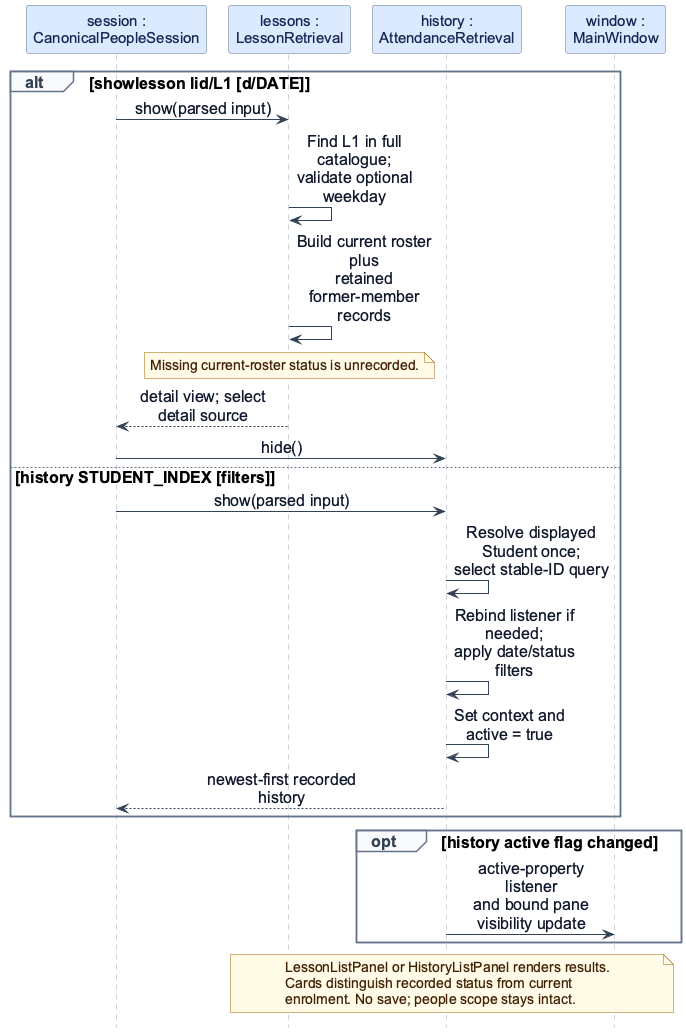
AY2627S1-CS2103T-F13-3/tp keeps this PlantUML diagram as docs/images/AttendanceViews.png. Above is the earlier version.
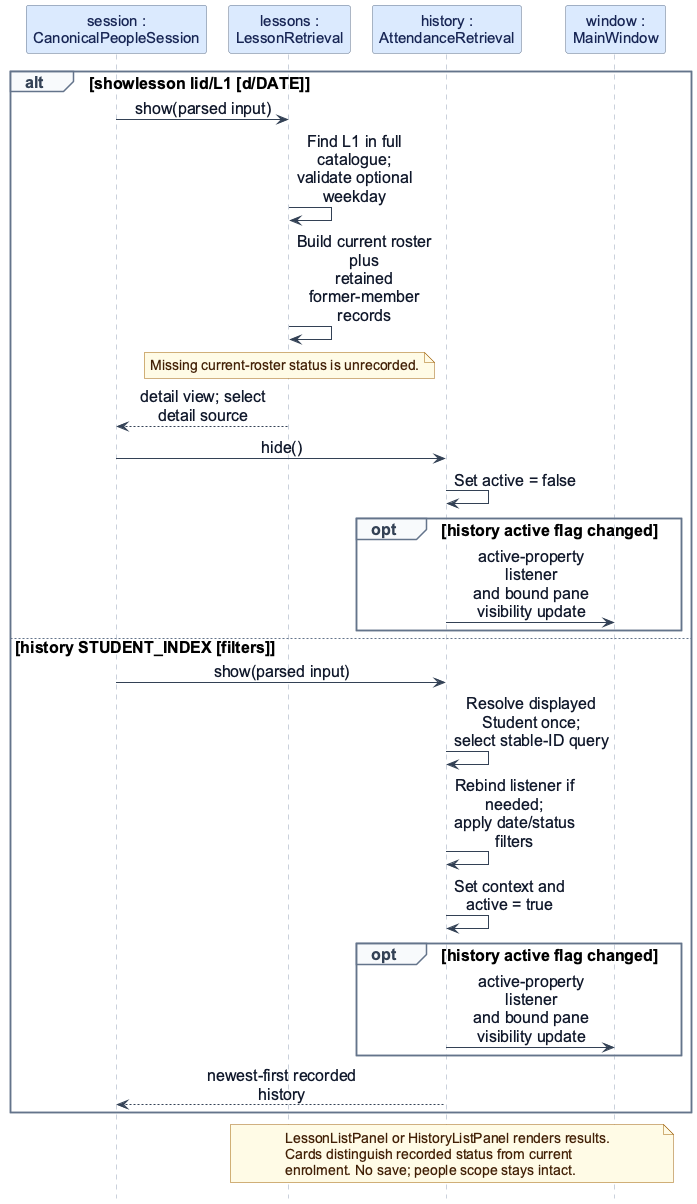
The same diagram one commit later.

Commit message:
Correct sequence return values and listener ordering

What changed in the source:
```diff
@@ -12,15 +12,19 @@
   note over L : Missing current-roster status is unrecorded.
   L --> S : detail view; select detail source
   S -> H : hide()
+  H -> H : Set active = false
+  opt history active flag changed
+    H -> W : active-property listener\nand bound pane visibility update
+  end
 else history STUDENT_INDEX [filters]
   S -> H : show(parsed input)
   H -> H : Resolve displayed Student once;\nselect stable-ID query
   H -> H : Rebind listener if needed;\napply date/status filters
   H -> H : Set context and active = true
+  opt history active flag changed
+    H -> W : active-property listener\nand bound pane visibility update
+  end
   H --> S : newest-first recorded history
-end
-opt history active flag changed
-  H -> W : active-property listener\nand bound pane visibility update
 end
 note over L, W
   LessonListPanel or HistoryListPanel renders results.
```
